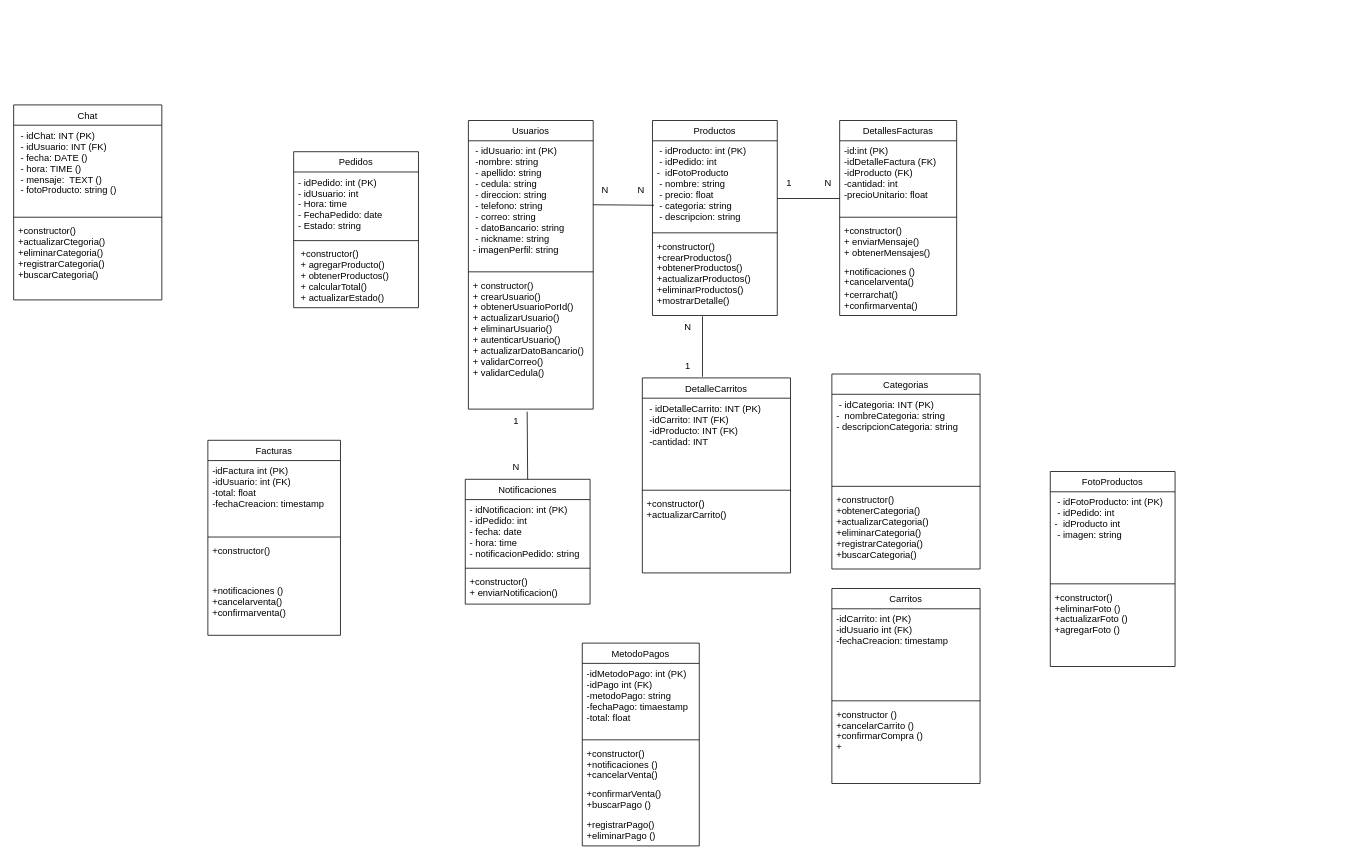
Above: DiagramaClasesKamiapp copy.drawio in DarkJ-18/DiagramaClasesKamiapp (draw.io), before the change. Source tidied: cells renumbered, new cells numbered last; positions are measured from the earlier drawing's top-left corner, leaving out a move shared by most shapes. Both pictures are drawn from the tidied source at 78%, with x=0, y=0 at pixel (13, 105).
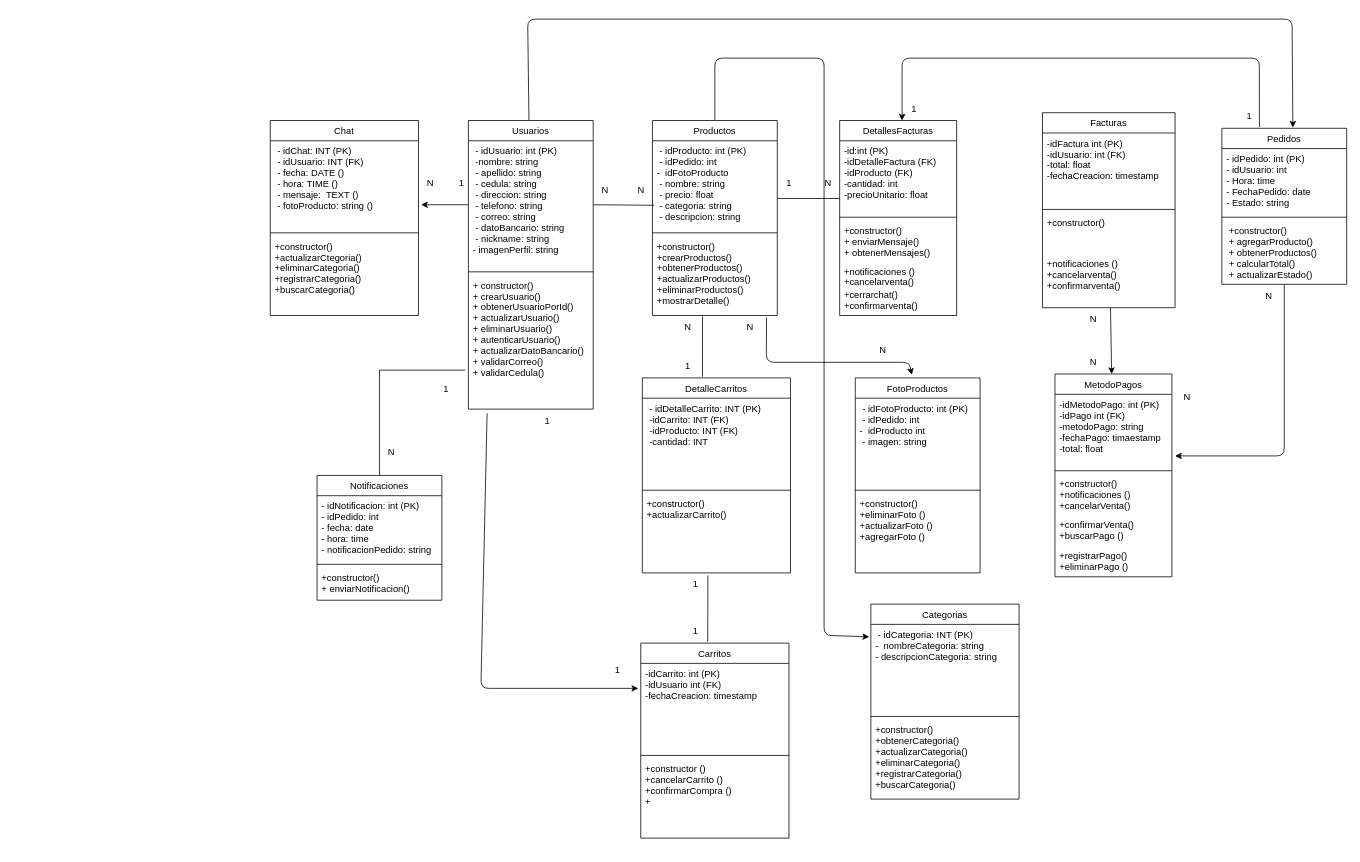
The same diagram, later.

Commit message:
SE SUBEN CAMBIOS

Unchanged cells that the change refers to:
```xml
<mxCell id="2" value="Usuarios" style="swimlane;fontStyle=0;align=center;verticalAlign=top;horizontal=1;startSize=26;rounded=0;shadow=0;strokeWidth=1;fontSize=12;" parent="1" vertex="1">
  <mxGeometry x="583" y="20" width="160" height="370" as="geometry" />
</mxCell>
<mxCell id="3" value=" - idUsuario: int (PK)&#10; -nombre: string&#10; - apellido: string&#10; - cedula: string&#10; - direccion: string&#10; - telefono: string&#10; - correo: string&#10; - datoBancario: string&#10; - nickname: string&#10;- imagenPerfil: string" style="text;align=left;verticalAlign=top;spacingLeft=4;spacingRight=4;overflow=hidden;points=[[0,0.5],[1,0.5]];portConstraint=eastwest;fontSize=12;" parent="2" vertex="1">
  <mxGeometry y="26" width="160" height="164" as="geometry" />
</mxCell>
<mxCell id="5" value="+ constructor()&#10;+ crearUsuario()&#10;+ obtenerUsuarioPorId()&#10;+ actualizarUsuario()&#10;+ eliminarUsuario()&#10;+ autenticarUsuario()&#10;+ actualizarDatoBancario()&#10;+ validarCorreo()&#10;+ validarCedula()" style="text;align=left;verticalAlign=top;spacingLeft=4;spacingRight=4;overflow=hidden;points=[[0,0.5],[1,0.5]];portConstraint=eastwest;fontSize=12;" parent="2" vertex="1">
  <mxGeometry y="198" width="160" height="172" as="geometry" />
</mxCell>
<mxCell id="15" value="Productos" style="swimlane;fontStyle=0;align=center;verticalAlign=top;horizontal=1;startSize=26;rounded=0;shadow=0;strokeWidth=1;fontSize=12;" parent="1" vertex="1">
  <mxGeometry x="819" y="20" width="160" height="250" as="geometry" />
</mxCell>
<mxCell id="18" value="+constructor()&#10;+crearProductos()&#10;+obtenerProductos()&#10;+actualizarProductos()&#10;+eliminarProductos()&#10;+mostrarDetalle() " style="text;align=left;verticalAlign=top;spacingLeft=4;spacingRight=4;overflow=hidden;points=[[0,0.5],[1,0.5]];portConstraint=eastwest;fontSize=12;" parent="15" vertex="1">
  <mxGeometry y="148" width="160" height="102" as="geometry" />
</mxCell>
<mxCell id="40" value=" - idCategoria: INT (PK)&#10;-  nombreCategoria: string &#10;- descripcionCategoria: string" style="text;align=left;verticalAlign=top;spacingLeft=4;spacingRight=4;overflow=hidden;points=[[0,0.5],[1,0.5]];portConstraint=eastwest;fontSize=12;" parent="39" vertex="1">
  <mxGeometry y="26" width="190" height="114" as="geometry" />
</mxCell>
<mxCell id="44" value="-idCarrito: int (PK)&#10;-idUsuario int (FK)&#10;-fechaCreacion: timestamp&#10;" style="text;align=left;verticalAlign=top;spacingLeft=4;spacingRight=4;overflow=hidden;points=[[0,0.5],[1,0.5]];portConstraint=eastwest;fontSize=12;" parent="43" vertex="1">
  <mxGeometry y="26" width="190" height="114" as="geometry" />
</mxCell>
<mxCell id="50" value="+constructor()&#10;+actualizarCarrito()" style="text;align=left;verticalAlign=top;spacingLeft=4;spacingRight=4;overflow=hidden;points=[[0,0.5],[1,0.5]];portConstraint=eastwest;fontSize=12;" parent="47" vertex="1">
  <mxGeometry y="148" width="190" height="102" as="geometry" />
</mxCell>
<mxCell id="52" value=" - idChat: INT (PK)&#10; - idUsuario: INT (FK)&#10; - fecha: DATE ()&#10; - hora: TIME ()&#10; - mensaje:  TEXT ()&#10; - fotoProducto: string ()&#10;" style="text;align=left;verticalAlign=top;spacingLeft=4;spacingRight=4;overflow=hidden;points=[[0,0.5],[1,0.5]];portConstraint=eastwest;fontSize=12;" parent="51" vertex="1">
  <mxGeometry y="26" width="190" height="114" as="geometry" />
</mxCell>
```

What changed in the source:
```diff
@@
+    <mxCell id="67" style="edgeStyle=none;html=1;entryX=0.569;entryY=-0.005;entryDx=0;entryDy=0;entryPerimeter=0;" parent="1" edge="1" source="2" target="11">
+      <mxGeometry relative="1" as="geometry">
+        <Array as="points">
+          <mxPoint x="659" y="-110" />
+          <mxPoint x="1639" y="-110" />
+        </Array>
+      </mxGeometry>
+    </mxCell>
@@
+    <mxCell id="68" style="edgeStyle=none;html=1;" parent="1" edge="1" source="6" target="29">
+      <mxGeometry relative="1" as="geometry" />
+    </mxCell>
     <mxCell id="6" value="Facturas" style="swimlane;fontStyle=0;align=center;verticalAlign=top;horizontal=1;startSize=26;rounded=0;shadow=0;strokeWidth=1;fontSize=12;" parent="1" vertex="1">
-      <mxGeometry x="249" y="430" width="170" height="250" as="geometry" />
+      <mxGeometry x="1319" y="10" width="170" height="250" as="geometry" />
     </mxCell>
@@
+    <mxCell id="69" style="edgeStyle=none;html=1;exitX=0.301;exitY=-0.008;exitDx=0;exitDy=0;exitPerimeter=0;" parent="1" edge="1" source="11">
+      <mxGeometry relative="1" as="geometry">
+        <mxPoint x="1139" y="20" as="targetPoint" />
+        <Array as="points">
+          <mxPoint x="1597" y="-60" />
+          <mxPoint x="1139" y="-60" />
+        </Array>
+      </mxGeometry>
+    </mxCell>
+    <mxCell id="70" style="edgeStyle=none;html=1;" parent="1" edge="1" source="11">
+      <mxGeometry relative="1" as="geometry">
+        <mxPoint x="1489" y="450" as="targetPoint" />
+        <Array as="points">
+          <mxPoint x="1629" y="450" />
+        </Array>
+      </mxGeometry>
+    </mxCell>
     <mxCell id="11" value="Pedidos" style="swimlane;fontStyle=0;align=center;verticalAlign=top;horizontal=1;startSize=26;rounded=0;shadow=0;strokeWidth=1;fontSize=12;" parent="1" vertex="1">
-      <mxGeometry x="359" y="60" width="160" height="200" as="geometry" />
+      <mxGeometry x="1549" y="30" width="160" height="200" as="geometry" />
     </mxCell>
@@
+    <mxCell id="71" style="edgeStyle=none;html=1;entryX=-0.011;entryY=0.14;entryDx=0;entryDy=0;entryPerimeter=0;" parent="1" edge="1" source="15" target="40">
+      <mxGeometry relative="1" as="geometry">
+        <Array as="points">
+          <mxPoint x="899" y="-60" />
+          <mxPoint x="1039" y="-60" />
+          <mxPoint x="1039" y="680" />
+        </Array>
+      </mxGeometry>
+    </mxCell>
@@
     <mxCell id="19" value="Notificaciones" style="swimlane;fontStyle=0;align=center;verticalAlign=top;horizontal=1;startSize=26;rounded=0;shadow=0;strokeWidth=1;fontSize=12;" parent="1" vertex="1">
-      <mxGeometry x="579" y="480" width="160" height="160" as="geometry" />
+      <mxGeometry x="389" y="475" width="160" height="160" as="geometry" />
     </mxCell>
@@
     <mxCell id="29" value="MetodoPagos" style="swimlane;fontStyle=0;align=center;verticalAlign=top;horizontal=1;startSize=26;rounded=0;shadow=0;strokeWidth=1;fontSize=12;" parent="1" vertex="1">
-      <mxGeometry x="729" y="690" width="150" height="260" as="geometry" />
+      <mxGeometry x="1335" y="345" width="150" height="260" as="geometry" />
     </mxCell>
@@
     <mxCell id="35" value="FotoProductos" style="swimlane;fontStyle=0;align=center;verticalAlign=top;horizontal=1;startSize=26;rounded=0;shadow=0;strokeWidth=1;fontSize=12;" parent="1" vertex="1">
-      <mxGeometry x="1329" y="470" width="160" height="250" as="geometry" />
+      <mxGeometry x="1079" y="350" width="160" height="250" as="geometry" />
     </mxCell>
@@
     <mxCell id="39" value="Categorias" style="swimlane;fontStyle=0;align=center;verticalAlign=top;horizontal=1;startSize=26;rounded=0;shadow=0;strokeWidth=1;fontSize=12;" parent="1" vertex="1">
-      <mxGeometry x="1049" y="345" width="190" height="250" as="geometry" />
+      <mxGeometry x="1099" y="640" width="190" height="250" as="geometry" />
     </mxCell>
@@
     <mxCell id="43" value="Carritos" style="swimlane;fontStyle=0;align=center;verticalAlign=top;horizontal=1;startSize=26;rounded=0;shadow=0;strokeWidth=1;fontSize=12;" parent="1" vertex="1">
-      <mxGeometry x="1049" y="620" width="190" height="250" as="geometry" />
+      <mxGeometry x="804" y="690" width="190" height="250" as="geometry" />
     </mxCell>
@@
     <mxCell id="51" value="Chat" style="swimlane;fontStyle=0;align=center;verticalAlign=top;horizontal=1;startSize=26;rounded=0;shadow=0;strokeWidth=1;fontSize=12;" parent="1" vertex="1">
-      <mxGeometry width="190" height="250" as="geometry" />
+      <mxGeometry x="329" y="20" width="190" height="250" as="geometry" />
     </mxCell>
@@
-    <mxCell id="64" style="endArrow=none;html=1;rounded=0;exitX=0.471;exitY=1.019;exitDx=0;exitDy=0;exitPerimeter=0;entryX=0.5;entryY=0;entryDx=0;entryDy=0;" parent="1" edge="1" source="5" target="19">
-      <mxGeometry relative="1" as="geometry" />
+    <mxCell id="64" style="endArrow=none;html=1;rounded=0;entryX=0.5;entryY=0;entryDx=0;entryDy=0;" parent="1" edge="1" target="19">
+      <mxGeometry relative="1" as="geometry">
+        <mxPoint x="579" y="340" as="sourcePoint" />
+        <Array as="points">
+          <mxPoint x="469" y="340" />
+        </Array>
+      </mxGeometry>
     </mxCell>
     <mxCell id="65" value="1" style="text;html=1;align=center;verticalAlign=middle;strokeColor=none;fillColor=none;" parent="1" vertex="1">
-      <mxGeometry x="629" y="390" width="30" height="30" as="geometry" />
+      <mxGeometry x="539" y="350" width="30" height="30" as="geometry" />
     </mxCell>
     <mxCell id="66" value="N" style="text;html=1;align=center;verticalAlign=middle;strokeColor=none;fillColor=none;" parent="1" vertex="1">
-      <mxGeometry x="629" y="450" width="30" height="30" as="geometry" />
+      <mxGeometry x="469" y="430" width="30" height="30" as="geometry" />
     </mxCell>
+    <mxCell id="72" style="endArrow=none;html=1;rounded=0;exitX=0.442;exitY=1.032;exitDx=0;exitDy=0;exitPerimeter=0;entryX=0.452;entryY=-0.008;entryDx=0;entryDy=0;entryPerimeter=0;" parent="1" edge="1" source="50" target="43">
+      <mxGeometry relative="1" as="geometry" />
+    </mxCell>
+    <mxCell id="73" value="1" style="text;html=1;align=center;verticalAlign=middle;strokeColor=none;fillColor=none;" parent="1" vertex="1">
+      <mxGeometry x="859" y="600" width="30" height="30" as="geometry" />
+    </mxCell>
+    <mxCell id="74" value="1" style="text;html=1;align=center;verticalAlign=middle;strokeColor=none;fillColor=none;" parent="1" vertex="1">
+      <mxGeometry x="859" y="660" width="30" height="30" as="geometry" />
+    </mxCell>
+    <mxCell id="75" style="edgeStyle=none;html=1;entryX=-0.017;entryY=0.281;entryDx=0;entryDy=0;entryPerimeter=0;exitX=0.15;exitY=1.031;exitDx=0;exitDy=0;exitPerimeter=0;" parent="1" edge="1" source="5" target="44">
+      <mxGeometry relative="1" as="geometry">
+        <Array as="points">
+          <mxPoint x="599" y="748" />
+        </Array>
+      </mxGeometry>
+    </mxCell>
+    <mxCell id="76" value="1" style="text;html=1;align=center;verticalAlign=middle;strokeColor=none;fillColor=none;" parent="1" vertex="1">
+      <mxGeometry x="759" y="710" width="30" height="30" as="geometry" />
+    </mxCell>
+    <mxCell id="77" value="1" style="text;html=1;align=center;verticalAlign=middle;strokeColor=none;fillColor=none;" parent="1" vertex="1">
+      <mxGeometry x="669" y="390" width="30" height="30" as="geometry" />
+    </mxCell>
+    <mxCell id="78" value="N" style="text;html=1;align=center;verticalAlign=middle;strokeColor=none;fillColor=none;" parent="1" vertex="1">
+      <mxGeometry x="1369" y="260" width="30" height="30" as="geometry" />
+    </mxCell>
+    <mxCell id="79" value="N" style="text;html=1;align=center;verticalAlign=middle;strokeColor=none;fillColor=none;" parent="1" vertex="1">
+      <mxGeometry x="1369" y="315" width="30" height="30" as="geometry" />
+    </mxCell>
+    <mxCell id="80" style="edgeStyle=none;html=1;entryX=1.018;entryY=0.719;entryDx=0;entryDy=0;entryPerimeter=0;" parent="1" edge="1" source="3" target="52">
+      <mxGeometry relative="1" as="geometry" />
+    </mxCell>
+    <mxCell id="81" value="1" style="text;html=1;align=center;verticalAlign=middle;strokeColor=none;fillColor=none;" parent="1" vertex="1">
+      <mxGeometry x="559" y="85" width="30" height="30" as="geometry" />
+    </mxCell>
+    <mxCell id="82" value="N" style="text;html=1;align=center;verticalAlign=middle;strokeColor=none;fillColor=none;" parent="1" vertex="1">
+      <mxGeometry x="519" y="85" width="30" height="30" as="geometry" />
+    </mxCell>
+    <mxCell id="83" style="edgeStyle=none;html=1;exitX=0.914;exitY=1.022;exitDx=0;exitDy=0;exitPerimeter=0;entryX=0.453;entryY=-0.016;entryDx=0;entryDy=0;entryPerimeter=0;" parent="1" edge="1" source="18" target="35">
+      <mxGeometry relative="1" as="geometry">
+        <Array as="points">
+          <mxPoint x="965" y="330" />
+          <mxPoint x="1148" y="330" />
+        </Array>
+      </mxGeometry>
+    </mxCell>
+    <mxCell id="84" value="N" style="text;html=1;align=center;verticalAlign=middle;strokeColor=none;fillColor=none;" parent="1" vertex="1">
+      <mxGeometry x="929" y="270" width="30" height="30" as="geometry" />
+    </mxCell>
+    <mxCell id="85" value="N" style="text;html=1;align=center;verticalAlign=middle;strokeColor=none;fillColor=none;" parent="1" vertex="1">
+      <mxGeometry x="1099" y="300" width="30" height="30" as="geometry" />
+    </mxCell>
+    <mxCell id="86" value="1" style="text;html=1;align=center;verticalAlign=middle;strokeColor=none;fillColor=none;" parent="1" vertex="1">
+      <mxGeometry x="1569" width="30" height="30" as="geometry" />
+    </mxCell>
+    <mxCell id="87" value="1" style="text;html=1;align=center;verticalAlign=middle;strokeColor=none;fillColor=none;" parent="1" vertex="1">
+      <mxGeometry x="1139" y="-10" width="30" height="30" as="geometry" />
+    </mxCell>
+    <mxCell id="88" value="N" style="text;html=1;align=center;verticalAlign=middle;strokeColor=none;fillColor=none;" parent="1" vertex="1">
+      <mxGeometry x="1489" y="360" width="30" height="30" as="geometry" />
+    </mxCell>
+    <mxCell id="89" value="N" style="text;html=1;align=center;verticalAlign=middle;strokeColor=none;fillColor=none;" parent="1" vertex="1">
+      <mxGeometry x="1594" y="230" width="30" height="30" as="geometry" />
+    </mxCell>
```
